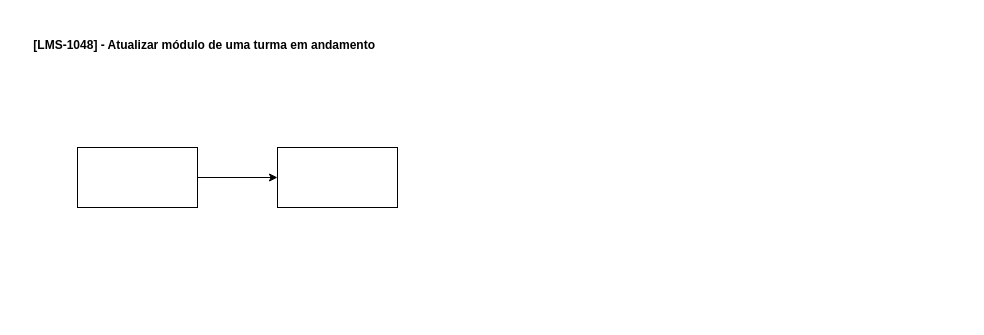
The draw.io diagram Diagrama sem nome.drawio in eldoncosta1/diagrams, before the edit. Source tidied: cells renumbered, new cells numbered last; positions are measured from the earlier drawing's top-left corner, leaving out a move shared by most shapes. Both pictures are drawn from the tidied source at 100%, with x=0, y=0 at pixel (17, 17).
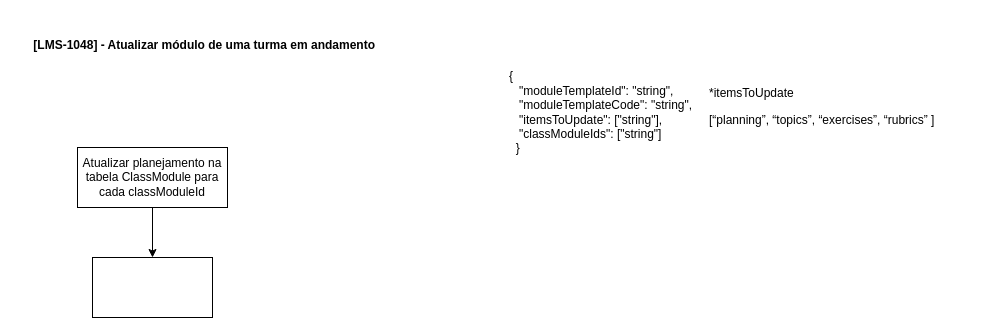
After the change.

What changed in the source:
```diff
@@
 <mxGraphModel>
   <root>
     <mxCell id="0" />
     <mxCell id="1" parent="0" />
-    <mxCell id="2" style="edgeStyle=orthogonalEdgeStyle;rounded=0;jettySize=auto;html=1;" parent="1" edge="1" source="3" target="4">
+    <mxCell id="2" style="edgeStyle=orthogonalEdgeStyle;rounded=0;jettySize=auto;html=1;labelBackgroundColor=none;fontColor=default;" parent="1" edge="1" source="3" target="4">
       <mxGeometry relative="1" as="geometry" />
     </mxCell>
-    <mxCell id="3" style="rounded=0;whiteSpace=wrap;html=1;" parent="1" vertex="1">
-      <mxGeometry x="60" y="130" width="120" height="60" as="geometry" />
+    <mxCell id="3" value="Atualizar planejamento na tabela ClassModule para cada classModuleId" style="rounded=0;whiteSpace=wrap;html=1;labelBackgroundColor=none;" parent="1" vertex="1">
+      <mxGeometry x="60" y="130" width="150" height="60" as="geometry" />
     </mxCell>
-    <mxCell id="4" style="rounded=0;whiteSpace=wrap;html=1;" parent="1" vertex="1">
-      <mxGeometry x="260" y="130" width="120" height="60" as="geometry" />
+    <mxCell id="4" style="rounded=0;whiteSpace=wrap;html=1;labelBackgroundColor=none;" parent="1" vertex="1">
+      <mxGeometry x="75" y="240" width="120" height="60" as="geometry" />
     </mxCell>
-    <mxCell id="5" value="&lt;br&gt;&amp;nbsp;[LMS-1048] - Atualizar módulo de uma turma em andamento" style="text;html=1;align=center;verticalAlign=middle;strokeColor=none;fillColor=none;fontStyle=1;" parent="1" vertex="1">
+    <mxCell id="5" value="&lt;br&gt;&amp;nbsp;[LMS-1048] - Atualizar módulo de uma turma em andamento" style="text;html=1;align=center;verticalAlign=middle;strokeColor=none;fillColor=none;fontStyle=1;labelBackgroundColor=none;" parent="1" vertex="1">
       <mxGeometry width="370" height="40" as="geometry" />
     </mxCell>
+    <mxCell id="6" value="&lt;div&gt;{&amp;nbsp;&lt;/div&gt;&lt;div&gt;&amp;nbsp; &amp;nbsp;&quot;moduleTemplateId&quot;: &quot;string&quot;,&lt;/div&gt;&lt;div&gt;&amp;nbsp; &amp;nbsp;&quot;moduleTemplateCode&quot;: &quot;string&quot;,&lt;/div&gt;&lt;div&gt;&amp;nbsp; &amp;nbsp;&quot;itemsToUpdate&quot;: [&quot;string&quot;],&lt;/div&gt;&lt;div&gt;&amp;nbsp; &amp;nbsp;&quot;classModuleIds&quot;: [&quot;string&quot;]&lt;/div&gt;&lt;div&gt;&amp;nbsp; }&lt;/div&gt;" style="text;html=1;strokeColor=none;fillColor=none;align=left;verticalAlign=middle;whiteSpace=wrap;rounded=0;labelBackgroundColor=none;" parent="1" vertex="1">
+      <mxGeometry x="490" y="50" width="210" height="90" as="geometry" />
+    </mxCell>
+    <mxCell id="7" value="&lt;span style=&quot;background-color: initial;&quot;&gt;*itemsToUpdate&lt;/span&gt;&lt;br&gt;&lt;p&gt;[“planning”, “topics”, “exercises”, “rubrics” ]&lt;/p&gt;" style="text;html=1;strokeColor=none;fillColor=none;align=left;verticalAlign=middle;whiteSpace=wrap;rounded=0;labelBackgroundColor=none;" parent="1" vertex="1">
+      <mxGeometry x="690" y="70" width="260" height="50" as="geometry" />
+    </mxCell>
   </root>
 </mxGraphModel>
```
